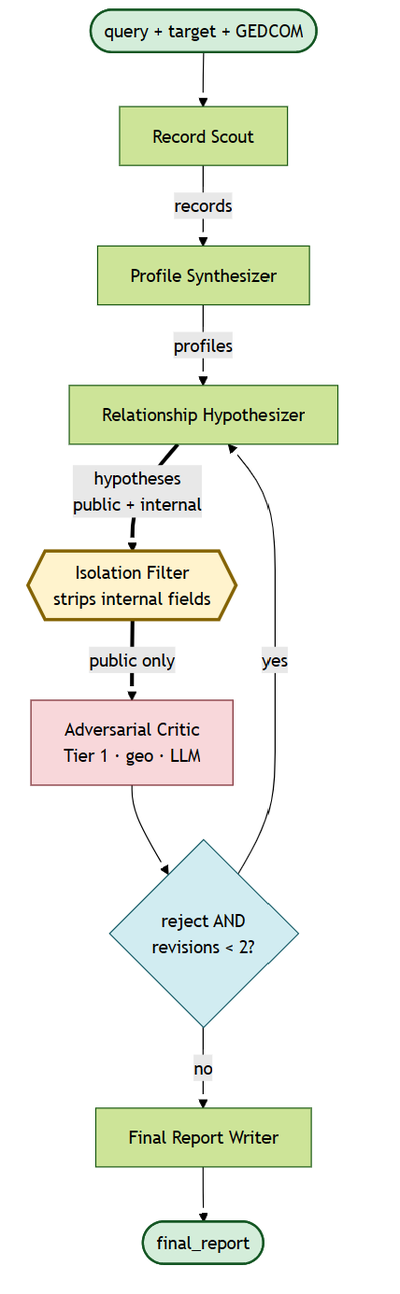
The Mermaid diagram docs/architecture_diagram.png in kaitlinmoore/multiagent-geneaological-research-system, before a commit. Its source is kept beside it as docs/architecture_diagram.mermaid.
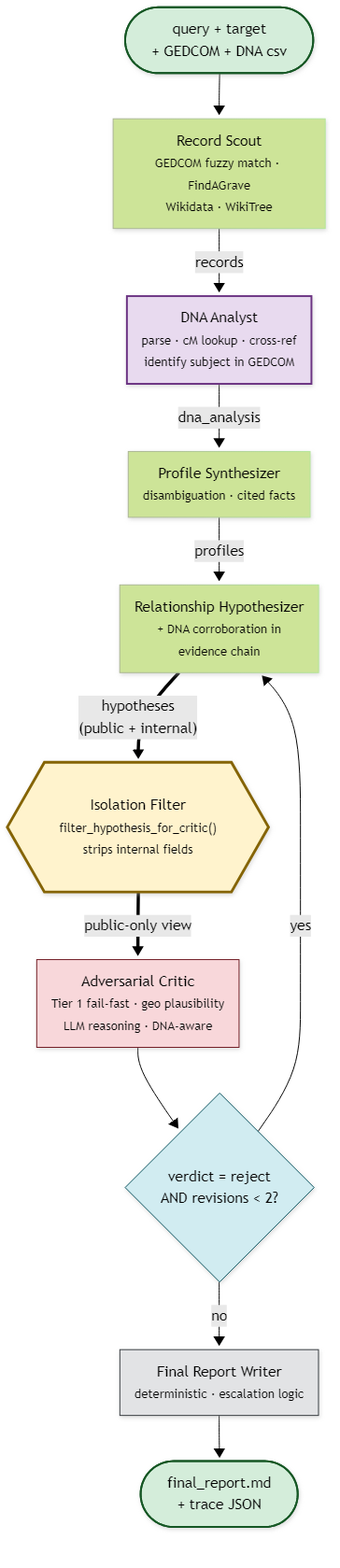
The same file after the commit.

Diff of the diagram source:
````diff
@@ -6,30 +6,39 @@
   look: neo
 ---
 flowchart TD
-    Start(["query + target + GEDCOM"])
+    Start(["query + target<br/>+ GEDCOM + DNA csv"])
+    Start --> Scout
 
-    Scout["Record Scout"]
-    Synth["Profile Synthesizer"]
-    Hypo["Relationship Hypothesizer"]
-    Boundary{{"Isolation Filter<br/>strips internal fields"}}
-    Critic["Adversarial Critic<br/>Tier 1 · geo · LLM"]
-    Router{"reject AND<br/>revisions < 2?"}
-    Writer["Final Report Writer"]
-    End(["final_report"])
+    Scout["Record Scout<br/><small>GEDCOM fuzzy match · FindAGrave<br/>Wikidata · WikiTree</small>"]
+    Scout -->|"records"| DNA
 
-    Start --> Scout
-    Scout -->|"records"| Synth
+    DNA["DNA Analyst<br/><small>parse · cM lookup · cross-ref<br/>identify subject in GEDCOM</small>"]
+    DNA -->|"dna_analysis"| Synth
+
+    Synth["Profile Synthesizer<br/><small>disambiguation · cited facts</small>"]
     Synth -->|"profiles"| Hypo
-    Hypo ==>|"hypotheses<br/>public + internal"| Boundary
-    Boundary ==>|"public only"| Critic
+
+    Hypo["Relationship Hypothesizer<br/><small>+ DNA corroboration in<br/>evidence chain</small>"]
+    Hypo ==>|"hypotheses<br/>(public + internal)"| Boundary
+
+    Boundary{{"Isolation Filter<br/><small>filter_hypothesis_for_critic()<br/>strips internal fields</small>"}}
+    Boundary ==>|"public-only view"| Critic
+
+    Critic["Adversarial Critic<br/><small>Tier 1 fail-fast · geo plausibility<br/>LLM reasoning · DNA-aware</small>"]
     Critic --> Router
+
+    Router{"verdict = reject<br/>AND revisions &lt; 2?"}
     Router -->|"yes"| Hypo
     Router -->|"no"| Writer
-    Writer --> End
+
+    Writer["Final Report Writer<br/><small>deterministic · escalation logic</small>"]
+    Writer --> End(["final_report.md<br/>+ trace JSON"])
 
     style Start fill:#d4edda,stroke:#155724,stroke-width:2px
     style End fill:#d4edda,stroke:#155724,stroke-width:2px
     style Boundary fill:#fff3cd,stroke:#856404,stroke-width:3px
     style Critic fill:#f8d7da,stroke:#721c24,stroke-width:1px
     style Router fill:#d1ecf1,stroke:#0c5460
+    style DNA fill:#e8daef,stroke:#6c3483,stroke-width:2px
+    style Writer fill:#e2e3e5,stroke:#383d41,stroke-width:1px
 ```
````
